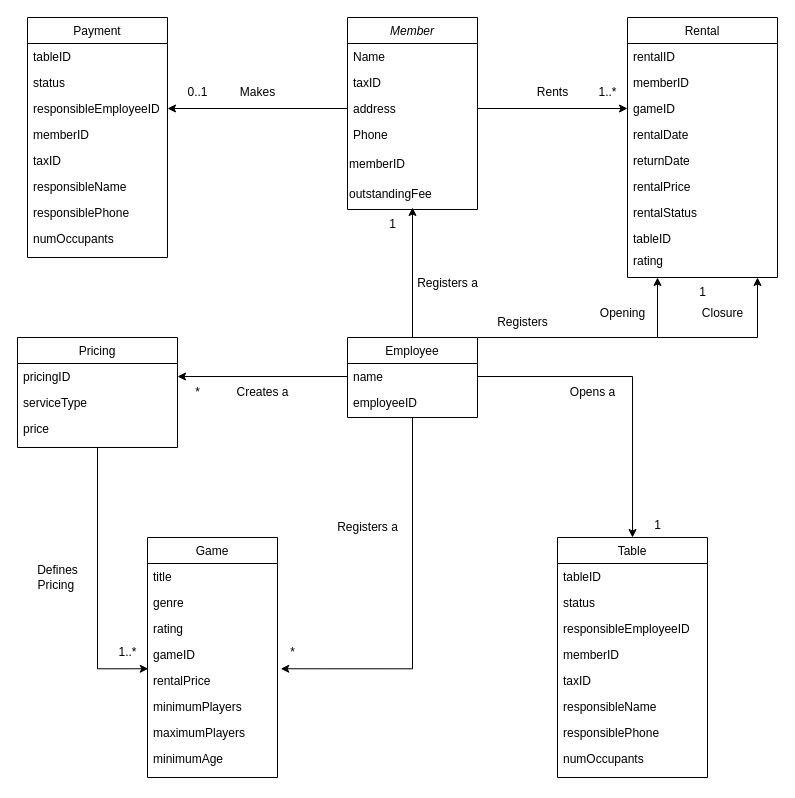
This is Untitled Diagram.drawio from luccamarshall/DCO, a draw.io file, before an edit. Source tidied: cells renumbered, new cells numbered last; positions are measured from the earlier drawing's top-left corner, leaving out a move shared by most shapes. Both pictures are drawn from the tidied source at 100%, with x=0, y=0 at pixel (17, 17).
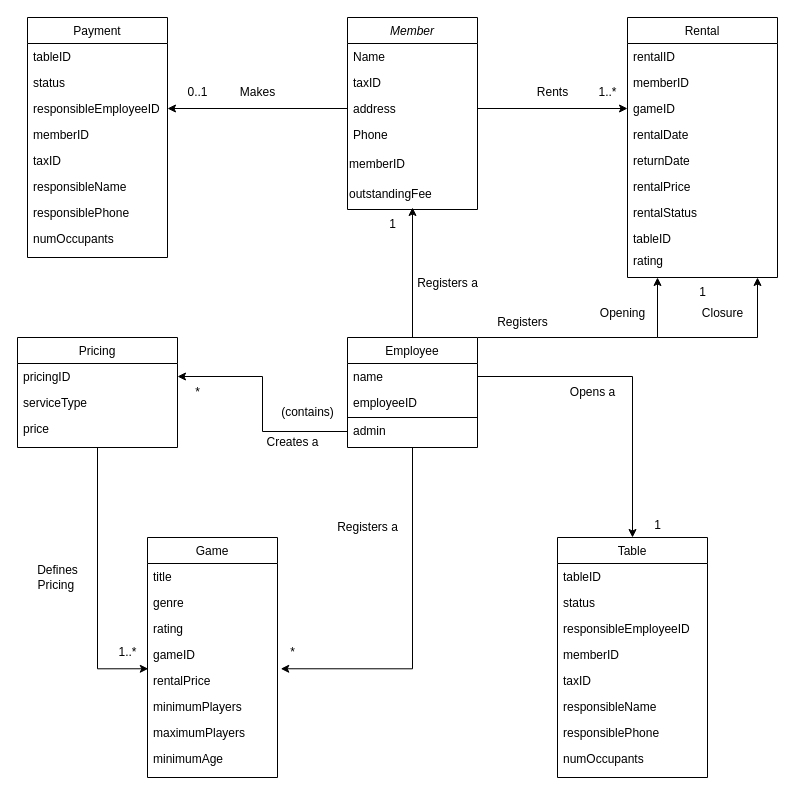
The same page after the edit.

The change refers to these unchanged cells:
```xml
<mxCell id="13" value="name" style="text;align=left;verticalAlign=top;spacingLeft=4;spacingRight=4;overflow=hidden;points=[[0,0.5],[1,0.5]];portConstraint=eastwest;" parent="12" vertex="1">
  <mxGeometry y="26" width="130" height="26" as="geometry" />
</mxCell>
<mxCell id="44" value="pricingID" style="text;align=left;verticalAlign=top;spacingLeft=4;spacingRight=4;overflow=hidden;points=[[0,0.5],[1,0.5]];portConstraint=eastwest;" parent="43" vertex="1">
  <mxGeometry y="26" width="160" height="26" as="geometry" />
</mxCell>
```

What changed in the source:
```diff
@@
     <mxCell id="12" value="Employee" style="swimlane;fontStyle=0;align=center;verticalAlign=top;horizontal=1;startSize=26;rounded=0;shadow=0;strokeWidth=1;" parent="1" vertex="1">
-      <mxGeometry x="330" y="320" width="130" height="80" as="geometry" />
+      <mxGeometry x="330" y="320" width="130" height="110" as="geometry" />
     </mxCell>
@@
     <mxCell id="14" value="employeeID" style="text;align=left;verticalAlign=top;spacingLeft=4;spacingRight=4;overflow=hidden;rounded=0;shadow=0;html=0;" parent="12" vertex="1">
-      <mxGeometry y="52" width="130" height="26" as="geometry" />
+      <mxGeometry y="52" width="130" height="28" as="geometry" />
     </mxCell>
+    <mxCell id="80" style="endArrow=none;html=1;rounded=0;exitX=0;exitY=0;exitDx=0;exitDy=0;exitPerimeter=0;entryX=1;entryY=0;entryDx=0;entryDy=0;entryPerimeter=0;" parent="12" edge="1" source="81" target="81">
+      <mxGeometry relative="1" as="geometry" />
+    </mxCell>
+    <mxCell id="81" value="admin" style="text;align=left;verticalAlign=top;spacingLeft=4;spacingRight=4;overflow=hidden;points=[[0,0.5],[1,0.5]];portConstraint=eastwest;rounded=0;shadow=0;html=0;" parent="12" vertex="1">
+      <mxGeometry y="80" width="130" height="28" as="geometry" />
+    </mxCell>
@@
     <mxCell id="58" value="Creates a" style="text;html=1;align=center;verticalAlign=middle;strokeColor=none;fillColor=none;" parent="1" vertex="1">
-      <mxGeometry x="205" y="360" width="80" height="30" as="geometry" />
+      <mxGeometry x="235" y="410" width="80" height="30" as="geometry" />
     </mxCell>
-    <mxCell id="59" style="edgeStyle=orthogonalEdgeStyle;rounded=0;jettySize=auto;html=1;entryX=1;entryY=0.5;entryDx=0;entryDy=0;" parent="1" edge="1" source="13" target="44">
+    <mxCell id="59" style="edgeStyle=orthogonalEdgeStyle;rounded=0;jettySize=auto;html=1;entryX=1;entryY=0.5;entryDx=0;entryDy=0;exitX=0;exitY=0.5;exitDx=0;exitDy=0;" parent="1" edge="1" source="81" target="44">
       <mxGeometry relative="1" as="geometry" />
     </mxCell>
@@
+    <mxCell id="82" value="(contains)" style="text;html=1;align=center;verticalAlign=middle;strokeColor=none;fillColor=none;" parent="1" vertex="1">
+      <mxGeometry x="250" y="380" width="80" height="30" as="geometry" />
+    </mxCell>
```
